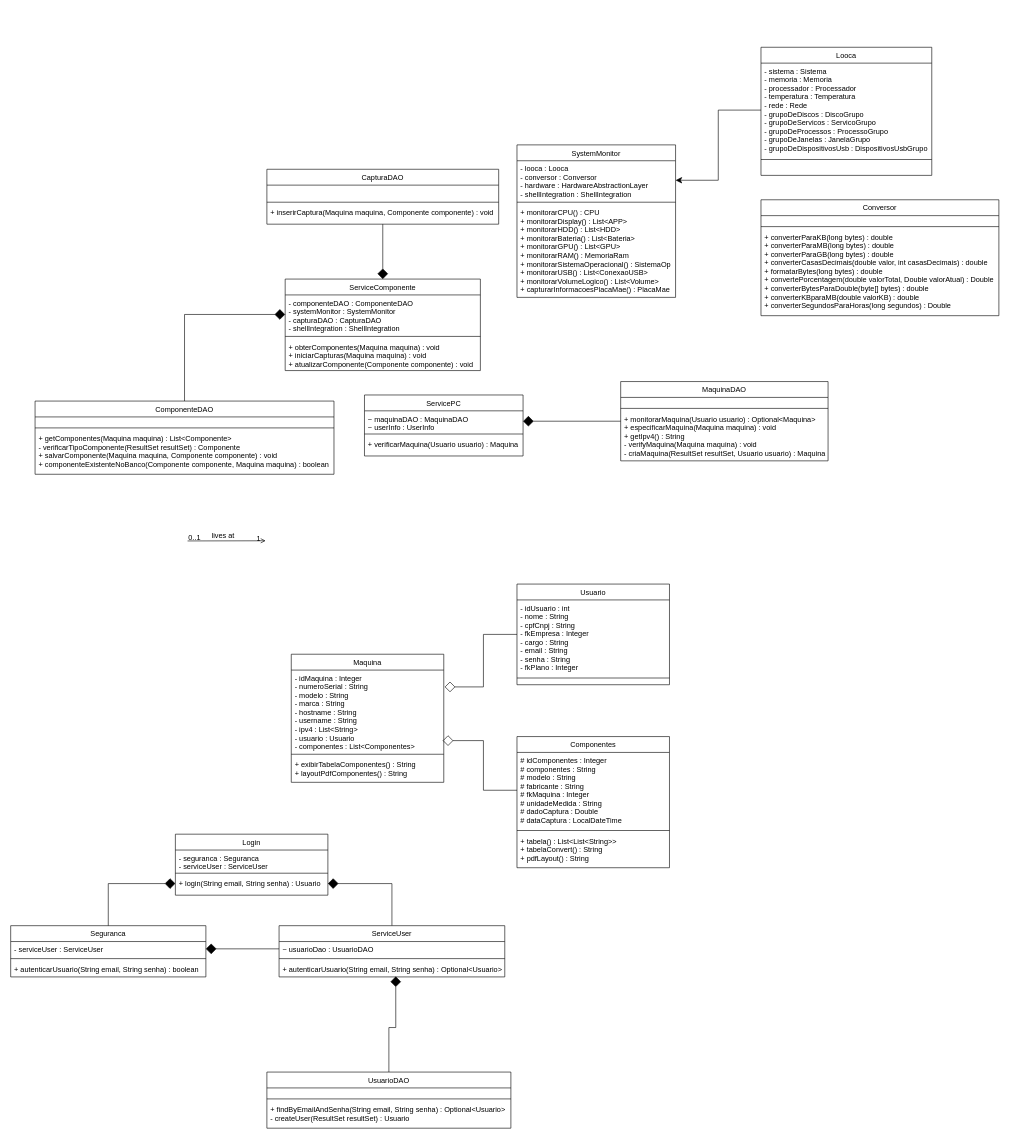
Sant-Thiago/Estudos keeps this draw.io diagram as Analise de Sistemas/UML/UML VisualOps.drawio. Above is the earlier version. Source tidied: cells renumbered, new cells numbered last; positions are measured from the earlier drawing's top-left corner, leaving out a move shared by most shapes. Both pictures are drawn from the tidied source at 61%, with x=0, y=0 at pixel (10, 47).
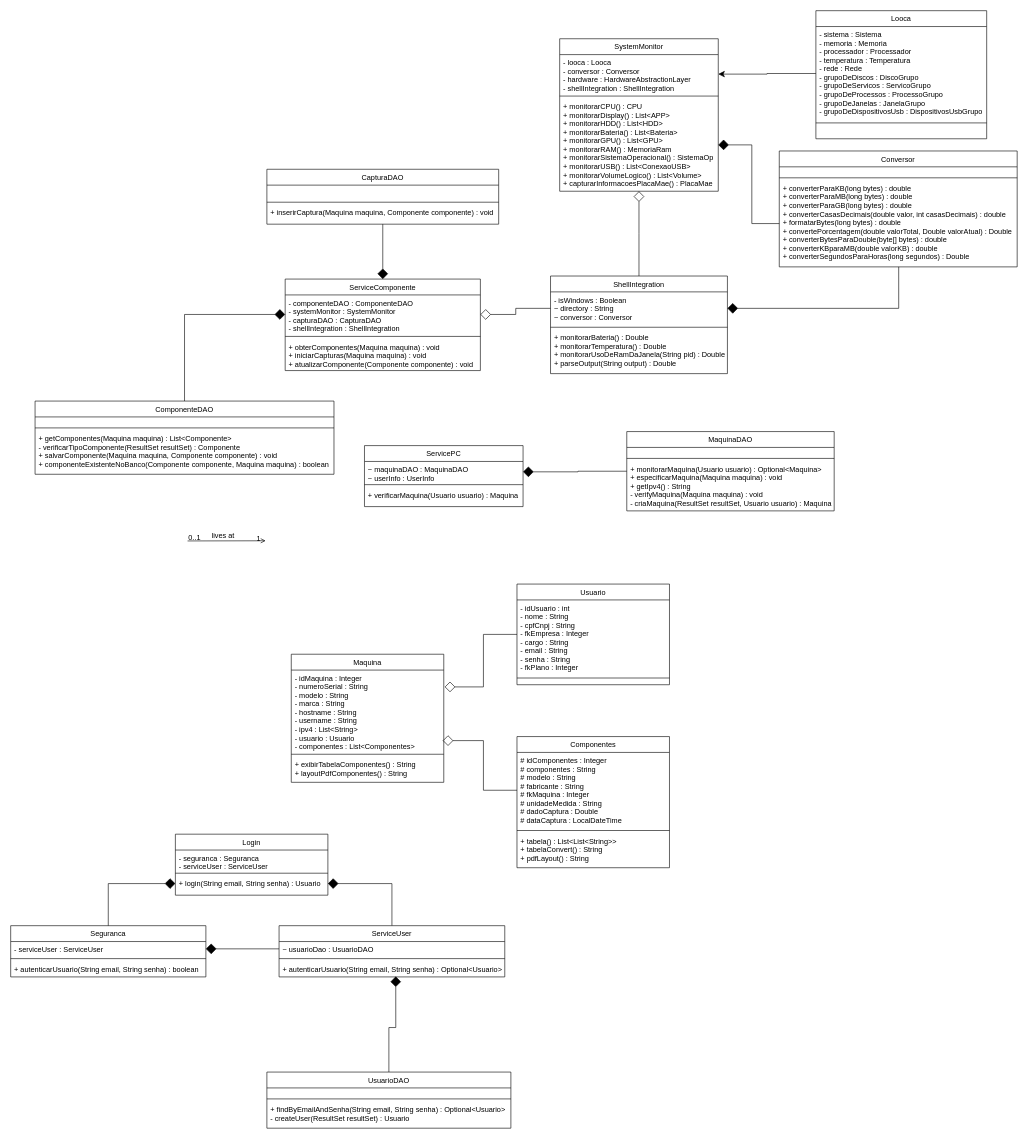
The same page after the edit.

Commit message:
shellintegration feito e relações feitas

Unchanged cells that the change refers to:
```xml
<mxCell id="49" value="- componenteDAO : ComponenteDAO&#10;- systemMonitor : SystemMonitor&#10;- capturaDAO : CapturaDAO&#10;- shellIntegration : ShellIntegration" style="text;align=left;verticalAlign=top;spacingLeft=4;spacingRight=4;overflow=hidden;points=[[0,0.5],[1,0.5]];portConstraint=eastwest;strokeColor=none;" parent="48" vertex="1">
  <mxGeometry y="26" width="320" height="64" as="geometry" />
</mxCell>
<mxCell id="65" value="+ monitorarCPU() : CPU&#10;+ monitorarDisplay() : List&lt;APP&gt;&#10;+ monitorarHDD() : List&lt;HDD&gt;&#10;+ monitorarBateria() : List&lt;Bateria&gt;&#10;+ monitorarGPU() : List&lt;GPU&gt;&#10;+ monitorarRAM() : MemoriaRam&#10;+ monitorarSistemaOperacional() : SistemaOp &#10;+ monitorarUSB() : List&lt;ConexaoUSB&gt;&#10;+ monitorarVolumeLogico() : List&lt;Volume&gt;&#10;+ capturarInformacoesPlacaMae() : PlacaMae" style="text;align=left;verticalAlign=top;spacingLeft=4;spacingRight=4;overflow=hidden;points=[[0,0.5],[1,0.5]];portConstraint=eastwest;strokeColor=none;" parent="62" vertex="1">
  <mxGeometry y="98" width="260" height="152" as="geometry" />
</mxCell>
<mxCell id="74" value="+ converterParaKB(long bytes) : double&#10;+ converterParaMB(long bytes) : double&#10;+ converterParaGB(long bytes) : double&#10;+ converterCasasDecimais(double valor, int casasDecimais) : double&#10;+ formatarBytes(long bytes) : double&#10;+ convertePorcentagem(double valorTotal, Double valorAtual) : Double&#10;+ converterBytesParaDouble(byte[] bytes) : double&#10;+ converterKBparaMB(double valorKB) : double&#10;+ converterSegundosParaHoras(long segundos) : Double" style="text;align=left;verticalAlign=top;spacingLeft=4;spacingRight=4;overflow=hidden;points=[[0,0.5],[1,0.5]];portConstraint=eastwest;strokeColor=none;" parent="71" vertex="1">
  <mxGeometry y="48" width="390" height="142" as="geometry" />
</mxCell>
```

Diff of the diagram source:
```diff
@@
     <mxCell id="39" value="ServicePC" style="swimlane;fontStyle=0;align=center;verticalAlign=top;horizontal=1;startSize=26;rounded=0;shadow=0;strokeWidth=1;" parent="1" vertex="1">
-      <mxGeometry x="580" y="570" width="260" height="100" as="geometry" />
+      <mxGeometry x="580" y="653" width="260" height="100" as="geometry" />
     </mxCell>
@@
     <mxCell id="44" value="MaquinaDAO" style="swimlane;fontStyle=0;align=center;verticalAlign=top;horizontal=1;startSize=26;rounded=0;shadow=0;strokeWidth=1;" parent="1" vertex="1">
-      <mxGeometry x="1000" y="548" width="340" height="130" as="geometry" />
+      <mxGeometry x="1010" y="630" width="340" height="130" as="geometry" />
     </mxCell>
@@
     <mxCell id="62" value="SystemMonitor" style="swimlane;fontStyle=0;align=center;verticalAlign=top;horizontal=1;startSize=26;rounded=0;shadow=0;strokeWidth=1;" parent="1" vertex="1">
-      <mxGeometry x="830" y="160" width="260" height="250" as="geometry" />
+      <mxGeometry x="900" y="-14" width="260" height="250" as="geometry" />
     </mxCell>
@@
     <mxCell id="66" value="Looca" style="swimlane;fontStyle=0;align=center;verticalAlign=top;horizontal=1;startSize=26;rounded=0;shadow=0;strokeWidth=1;" parent="1" vertex="1">
-      <mxGeometry x="1230" width="280" height="210" as="geometry" />
+      <mxGeometry x="1320" y="-60" width="280" height="210" as="geometry" />
     </mxCell>
@@
     <mxCell id="71" value="Conversor" style="swimlane;fontStyle=0;align=center;verticalAlign=top;horizontal=1;startSize=26;rounded=0;shadow=0;strokeWidth=1;" parent="1" vertex="1">
-      <mxGeometry x="1230" y="250" width="390" height="190" as="geometry" />
+      <mxGeometry x="1260" y="170" width="390" height="190" as="geometry" />
     </mxCell>
@@
+    <mxCell id="75" style="edgeStyle=orthogonalEdgeStyle;rounded=0;jettySize=auto;html=1;entryX=1;entryY=0.5;entryDx=0;entryDy=0;fontSize=12;startSize=8;endSize=15;endArrow=diamond;endFill=1;" parent="1" edge="1" source="74" target="65">
+      <mxGeometry relative="1" as="geometry" />
+    </mxCell>
+    <mxCell id="76" style="edgeStyle=elbowEdgeStyle;rounded=0;jettySize=auto;html=1;fontSize=12;startSize=8;endSize=15;endArrow=diamond;endFill=0;" parent="1" edge="1" source="77" target="65">
+      <mxGeometry relative="1" as="geometry" />
+    </mxCell>
+    <mxCell id="77" value="ShellIntegration" style="swimlane;fontStyle=0;align=center;verticalAlign=top;horizontal=1;startSize=26;rounded=0;shadow=0;strokeWidth=1;" parent="1" vertex="1">
+      <mxGeometry x="885" y="375" width="290" height="160" as="geometry" />
+    </mxCell>
+    <mxCell id="78" value="- isWindows : Boolean&#10;~ directory : String&#10;~ conversor : Conversor" style="text;align=left;verticalAlign=top;spacingLeft=4;spacingRight=4;overflow=hidden;points=[[0,0.5],[1,0.5]];portConstraint=eastwest;strokeColor=none;" parent="77" vertex="1">
+      <mxGeometry y="26" width="290" height="54" as="geometry" />
+    </mxCell>
+    <mxCell id="79" style="line;html=1;strokeWidth=1;align=left;verticalAlign=middle;spacingTop=-1;spacingLeft=3;spacingRight=3;labelPosition=right;" parent="77" vertex="1">
+      <mxGeometry y="80" width="290" height="8" as="geometry" />
+    </mxCell>
+    <mxCell id="80" value="+ monitorarBateria() : Double&#10;+ monitorarTemperatura() : Double&#10;+ monitorarUsoDeRamDaJanela(String pid) : Double&#10;+ parseOutput(String output) : Double" style="text;align=left;verticalAlign=top;spacingLeft=4;spacingRight=4;overflow=hidden;strokeColor=none;" parent="77" vertex="1">
+      <mxGeometry y="88" width="290" height="72" as="geometry" />
+    </mxCell>
+    <mxCell id="81" style="edgeStyle=elbowEdgeStyle;rounded=0;jettySize=auto;html=1;entryX=1;entryY=0.5;entryDx=0;entryDy=0;fontSize=12;startSize=8;endSize=15;endArrow=diamond;endFill=0;" parent="1" edge="1" source="78" target="49">
+      <mxGeometry relative="1" as="geometry" />
+    </mxCell>
+    <mxCell id="82" style="edgeStyle=orthogonalEdgeStyle;rounded=0;jettySize=auto;html=1;fontSize=12;startSize=8;endSize=15;exitX=0.502;exitY=1;exitDx=0;exitDy=0;entryX=1;entryY=0.5;entryDx=0;entryDy=0;exitPerimeter=0;endArrow=diamond;endFill=1;" parent="1" edge="1" source="74" target="78">
+      <mxGeometry relative="1" as="geometry" />
+    </mxCell>
```
